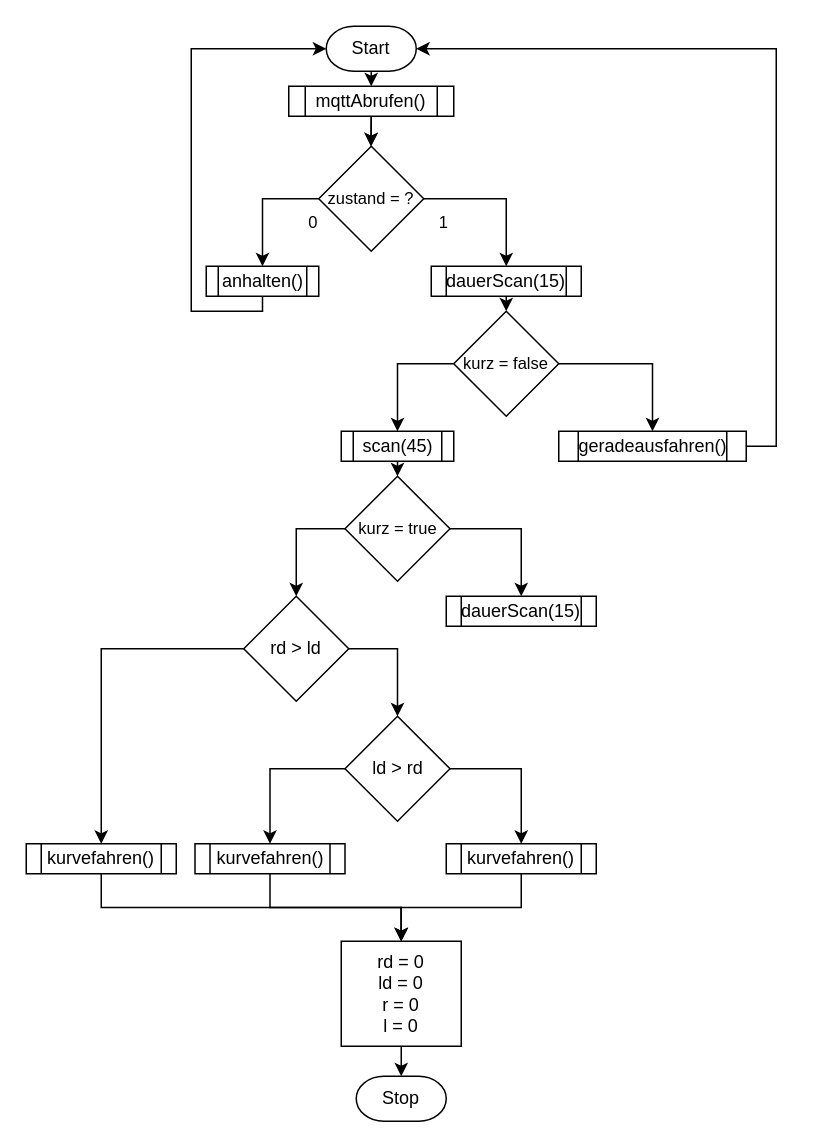
This is ActualMain.drawio from DanielSteinhauser/lidar-auto, a draw.io file, before an edit. Source tidied: cells renumbered, new cells numbered last; positions are measured from the earlier drawing's top-left corner, leaving out a move shared by most shapes. Both pictures are drawn from the tidied source at 150%, with x=0, y=0 at pixel (26, 26).
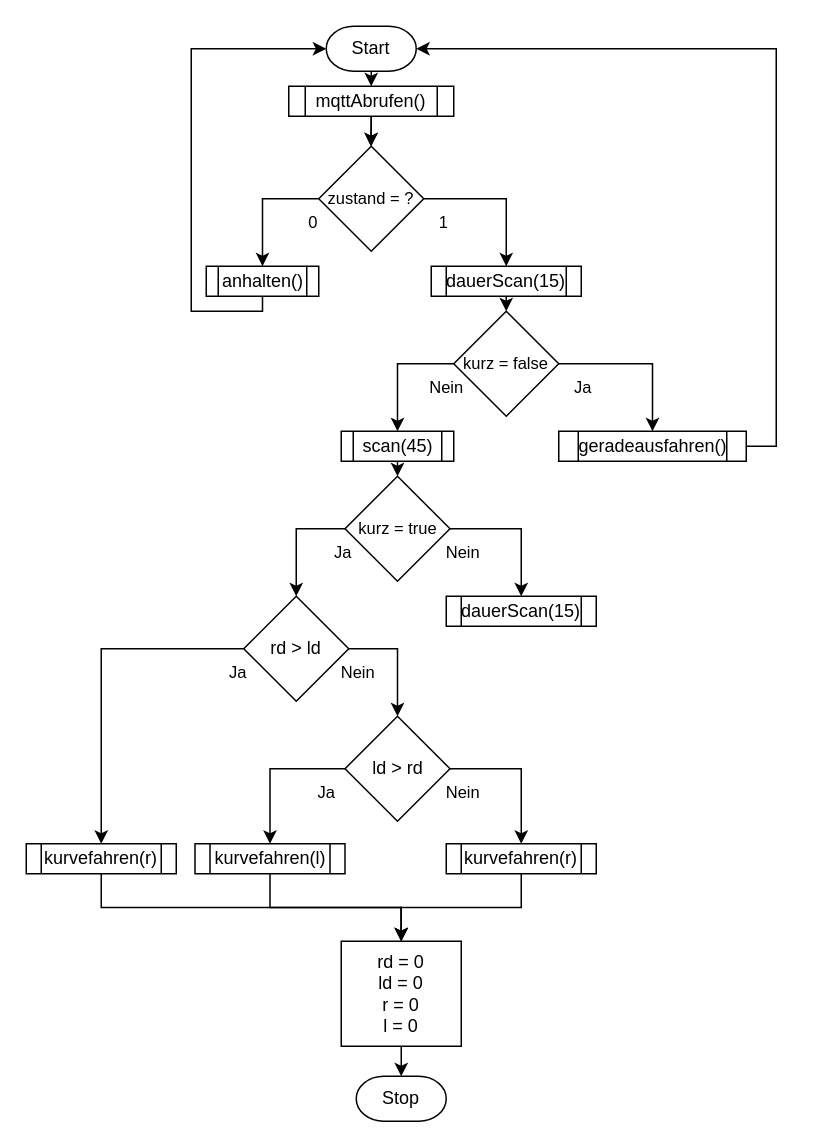
The same diagram, later.

Unchanged cells that the change refers to:
```xml
<mxCell id="15" style="edgeStyle=orthogonalEdgeStyle;rounded=0;jettySize=auto;html=1;exitX=0;exitY=0.5;exitDx=0;exitDy=0;exitPerimeter=0;entryX=0.5;entryY=0;entryDx=0;entryDy=0;" parent="1" edge="1" source="17" target="19">
  <mxGeometry relative="1" as="geometry" />
</mxCell>
<mxCell id="16" style="edgeStyle=orthogonalEdgeStyle;rounded=0;jettySize=auto;html=1;exitX=1;exitY=0.5;exitDx=0;exitDy=0;exitPerimeter=0;entryX=0.5;entryY=0;entryDx=0;entryDy=0;" parent="1" edge="1" source="17" target="21">
  <mxGeometry relative="1" as="geometry" />
</mxCell>
<mxCell id="22" style="edgeStyle=orthogonalEdgeStyle;rounded=0;jettySize=auto;html=1;exitX=1;exitY=0.5;exitDx=0;exitDy=0;exitPerimeter=0;entryX=0.5;entryY=0;entryDx=0;entryDy=0;" parent="1" edge="1" source="24" target="25">
  <mxGeometry relative="1" as="geometry" />
</mxCell>
<mxCell id="23" style="edgeStyle=orthogonalEdgeStyle;rounded=0;jettySize=auto;html=1;exitX=0;exitY=0.5;exitDx=0;exitDy=0;exitPerimeter=0;entryX=0.5;entryY=0;entryDx=0;entryDy=0;entryPerimeter=0;" parent="1" edge="1" source="24" target="28">
  <mxGeometry relative="1" as="geometry" />
</mxCell>
<mxCell id="26" style="edgeStyle=orthogonalEdgeStyle;rounded=0;jettySize=auto;html=1;exitX=1;exitY=0.5;exitDx=0;exitDy=0;exitPerimeter=0;entryX=0.5;entryY=0;entryDx=0;entryDy=0;entryPerimeter=0;" parent="1" edge="1" source="28" target="31">
  <mxGeometry relative="1" as="geometry" />
</mxCell>
<mxCell id="27" style="edgeStyle=orthogonalEdgeStyle;rounded=0;jettySize=auto;html=1;exitX=0;exitY=0.5;exitDx=0;exitDy=0;exitPerimeter=0;entryX=0.5;entryY=0;entryDx=0;entryDy=0;" parent="1" edge="1" source="28" target="33">
  <mxGeometry relative="1" as="geometry" />
</mxCell>
<mxCell id="29" style="edgeStyle=orthogonalEdgeStyle;rounded=0;jettySize=auto;html=1;exitX=0;exitY=0.5;exitDx=0;exitDy=0;exitPerimeter=0;entryX=0.5;entryY=0;entryDx=0;entryDy=0;" parent="1" edge="1" source="31" target="35">
  <mxGeometry relative="1" as="geometry" />
</mxCell>
<mxCell id="30" style="edgeStyle=orthogonalEdgeStyle;rounded=0;jettySize=auto;html=1;exitX=1;exitY=0.5;exitDx=0;exitDy=0;exitPerimeter=0;entryX=0.5;entryY=0;entryDx=0;entryDy=0;" parent="1" edge="1" source="31" target="37">
  <mxGeometry relative="1" as="geometry" />
</mxCell>
```

Diff of the diagram source:
```diff
@@
+    <mxCell id="42" value="Nein" style="edgeLabel;html=1;align=center;verticalAlign=middle;" parent="15" vertex="1">
+      <mxGeometry x="-0.33" y="1" relative="1" as="geometry">
+        <mxPoint x="22" y="14" as="offset" />
+      </mxGeometry>
+    </mxCell>
@@
+    <mxCell id="43" value="Ja" style="edgeLabel;html=1;align=center;verticalAlign=middle;" parent="16" vertex="1">
+      <mxGeometry x="-0.71" relative="1" as="geometry">
+        <mxPoint x="-1" y="15" as="offset" />
+      </mxGeometry>
+    </mxCell>
@@
+    <mxCell id="44" value="Nein" style="edgeLabel;html=1;align=center;verticalAlign=middle;" parent="22" vertex="1">
+      <mxGeometry x="-0.62" y="-2" relative="1" as="geometry">
+        <mxPoint x="-10" y="13" as="offset" />
+      </mxGeometry>
+    </mxCell>
@@
+    <mxCell id="45" value="Ja" style="edgeLabel;html=1;align=center;verticalAlign=middle;" parent="23" vertex="1">
+      <mxGeometry x="-0.42" relative="1" as="geometry">
+        <mxPoint x="20" y="15" as="offset" />
+      </mxGeometry>
+    </mxCell>
@@
+    <mxCell id="46" value="Nein" style="edgeLabel;html=1;align=center;verticalAlign=middle;" parent="26" vertex="1">
+      <mxGeometry x="-0.21" relative="1" as="geometry">
+        <mxPoint x="-26" y="15" as="offset" />
+      </mxGeometry>
+    </mxCell>
@@
+    <mxCell id="47" value="Ja" style="edgeLabel;html=1;align=center;verticalAlign=middle;" parent="27" vertex="1">
+      <mxGeometry x="-0.39" y="-2" relative="1" as="geometry">
+        <mxPoint x="64" y="17" as="offset" />
+      </mxGeometry>
+    </mxCell>
@@
+    <mxCell id="48" value="Ja" style="edgeLabel;html=1;align=center;verticalAlign=middle;" parent="29" vertex="1">
+      <mxGeometry x="-0.35" y="1" relative="1" as="geometry">
+        <mxPoint x="20" y="14" as="offset" />
+      </mxGeometry>
+    </mxCell>
@@
+    <mxCell id="49" value="Nein" style="edgeLabel;html=1;align=center;verticalAlign=middle;" parent="30" vertex="1">
+      <mxGeometry x="-0.66" y="-1" relative="1" as="geometry">
+        <mxPoint x="-9" y="14" as="offset" />
+      </mxGeometry>
+    </mxCell>
@@
-    <mxCell id="33" value="kurvefahren()" style="shape=process;whiteSpace=wrap;html=1;backgroundOutline=1;rounded=0;strokeColor=default;strokeWidth=1;" parent="1" vertex="1">
+    <mxCell id="33" value="kurvefahren(r)" style="shape=process;whiteSpace=wrap;html=1;backgroundOutline=1;rounded=0;strokeColor=default;strokeWidth=1;" parent="1" vertex="1">
       <mxGeometry y="545" width="100" height="20" as="geometry" />
     </mxCell>
@@
-    <mxCell id="35" value="kurvefahren()" style="shape=process;whiteSpace=wrap;html=1;backgroundOutline=1;rounded=0;strokeColor=default;strokeWidth=1;" parent="1" vertex="1">
+    <mxCell id="35" value="kurvefahren(l)" style="shape=process;whiteSpace=wrap;html=1;backgroundOutline=1;rounded=0;strokeColor=default;strokeWidth=1;" parent="1" vertex="1">
       <mxGeometry x="112.5" y="545" width="100" height="20" as="geometry" />
     </mxCell>
@@
-    <mxCell id="37" value="kurvefahren()" style="shape=process;whiteSpace=wrap;html=1;backgroundOutline=1;rounded=0;strokeColor=default;strokeWidth=1;" parent="1" vertex="1">
+    <mxCell id="37" value="kurvefahren(r)" style="shape=process;whiteSpace=wrap;html=1;backgroundOutline=1;rounded=0;strokeColor=default;strokeWidth=1;" parent="1" vertex="1">
       <mxGeometry x="280" y="545" width="100" height="20" as="geometry" />
     </mxCell>
```
